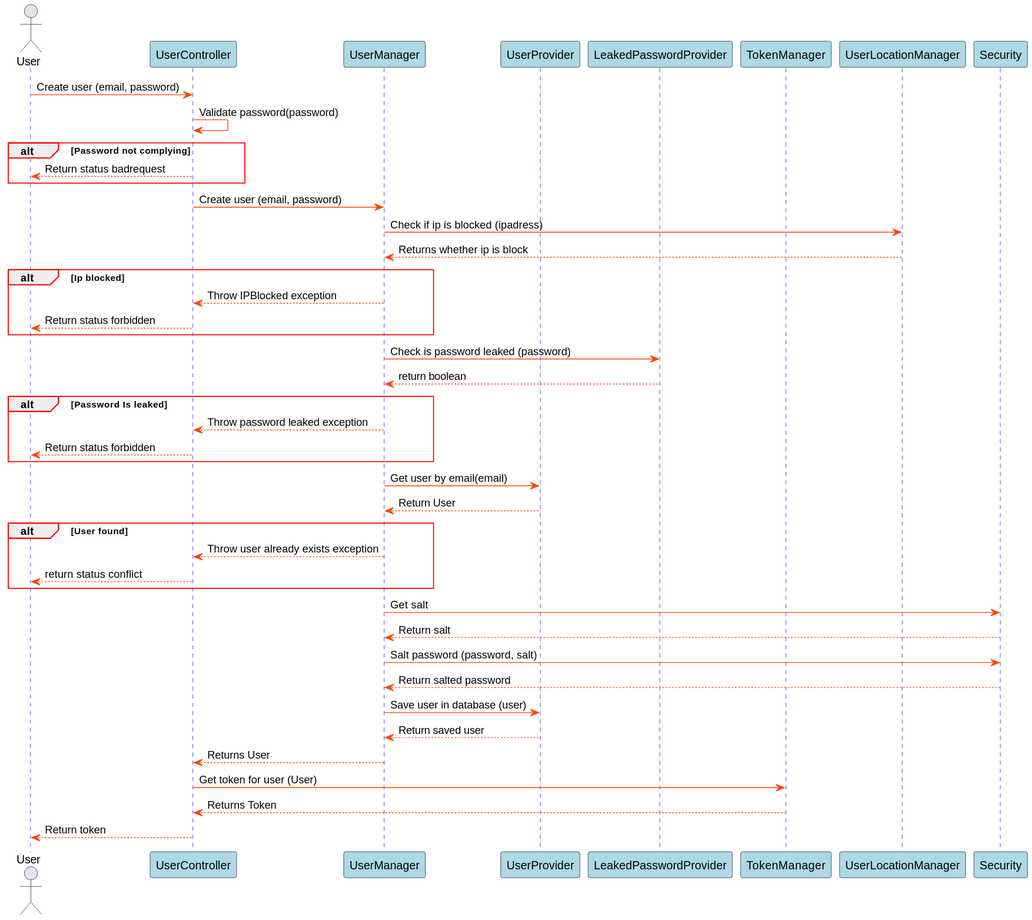
Before: Docs/out/SDDiagrams/CreateUserSD/Create User SD.svg, a diagram exported from PlantUML (blackout1471/trust-us-school).
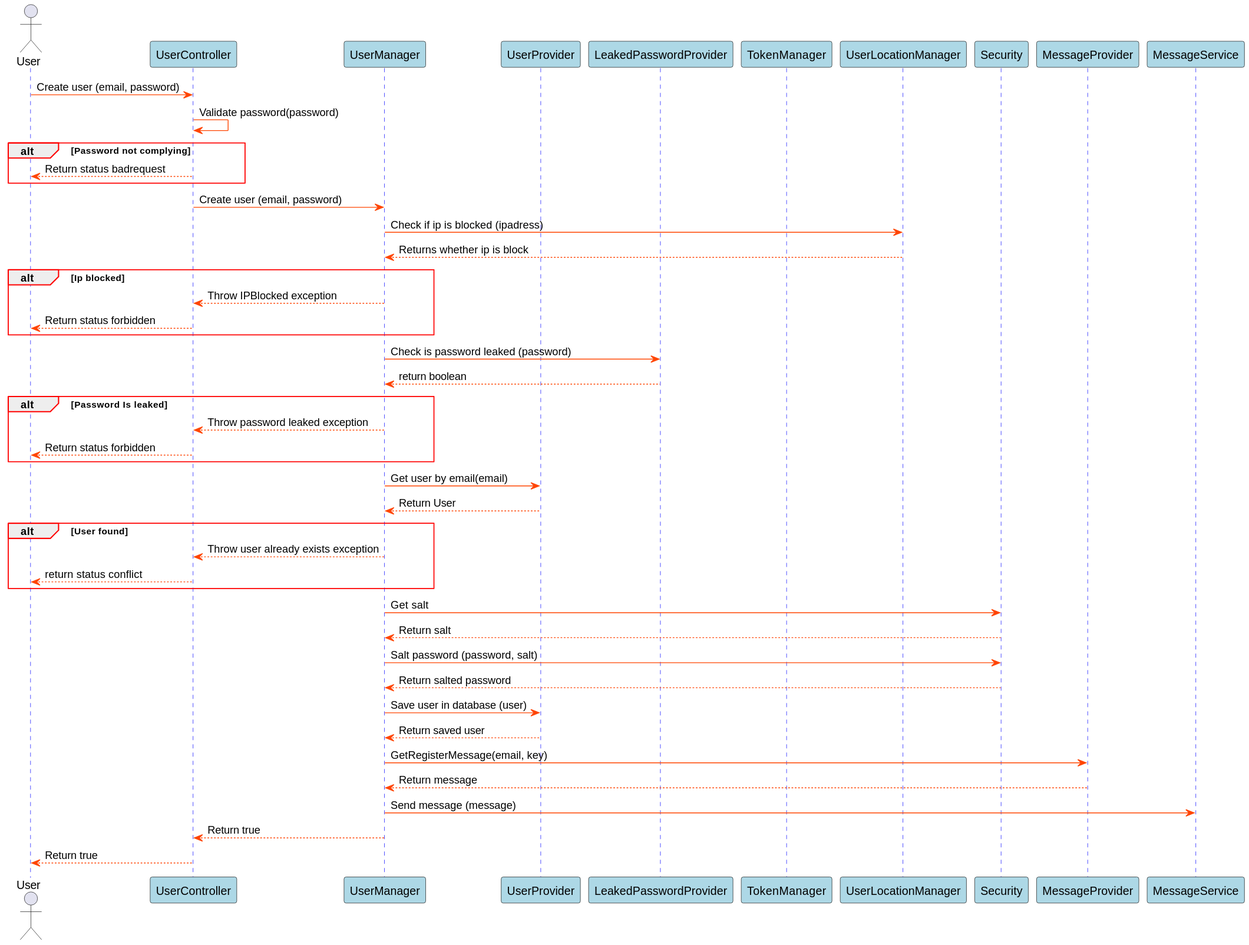
The same diagram one commit later.

Change to the diagram source:
```diff
@@ -19,6 +19,8 @@
 participant TokenManager
 participant UserLocationManager
 participant Security
+participant MessageProvider
+participant MessageService
 
 
 
@@ -67,11 +69,11 @@
 UserManager->UserProvider: Save user in database (user)
 UserProvider-->UserManager: Return saved user
 
+UserManager->MessageProvider: GetRegisterMessage(email, key)
+MessageProvider-->UserManager: Return message
+UserManager->MessageService: Send message (message)
 
-UserManager-->UserController: Returns User
-UserController->TokenManager: Get token for user (User)
-TokenManager-->UserController: Returns Token
-
-UserController-->User: Return token
+UserManager-->UserController: Return true
+UserController-->User: Return true
 
 @enduml
```
